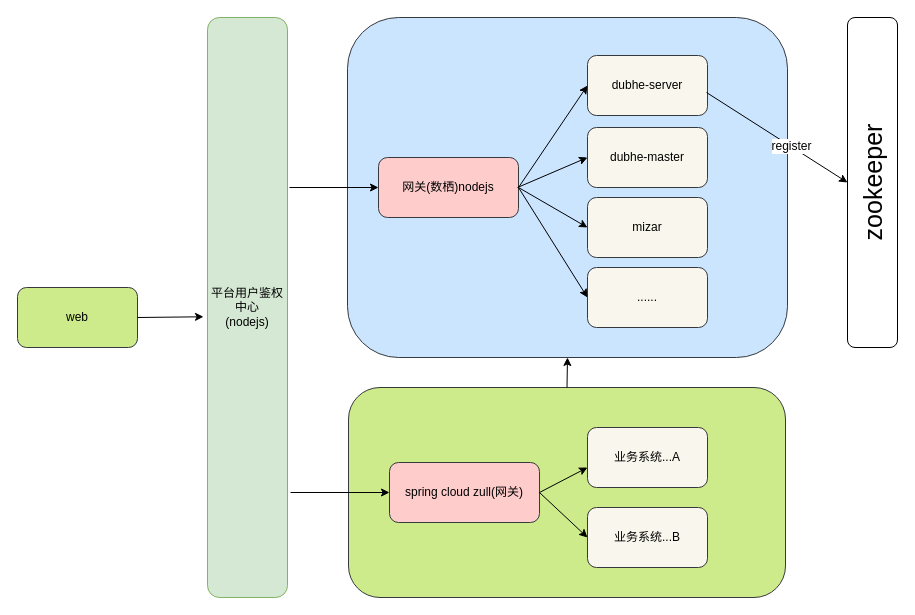
Above: page "Page-1" (1 of 2) of 标签平台.drawio in xrh169/draw (draw.io), before the change. Source tidied: cells renumbered, new cells numbered last; positions are measured from the earlier drawing's top-left corner, leaving out a move shared by most shapes. Both pictures are drawn from the tidied source at 100%, with x=0, y=0 at pixel (17, 17).
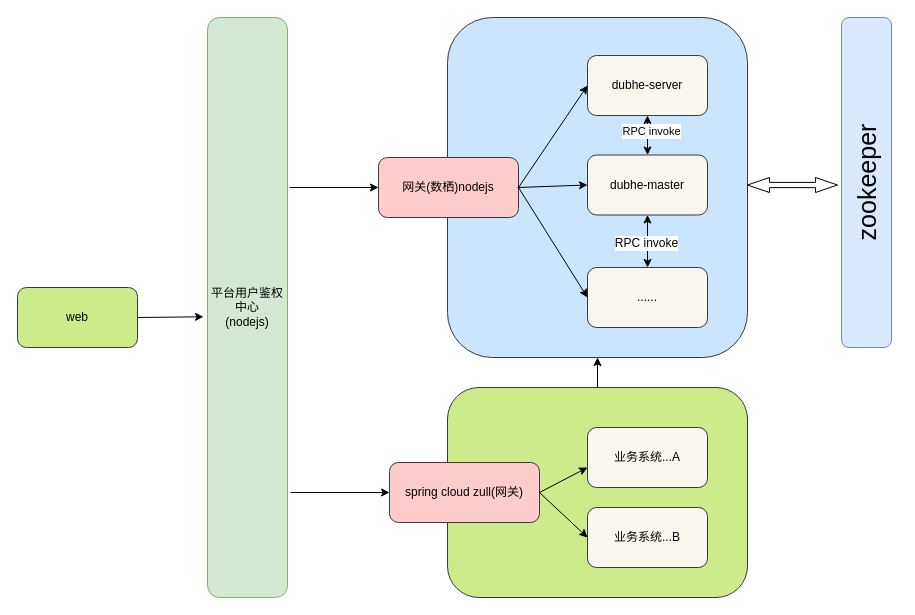
The same diagram, later.

The change refers to these unchanged cells:
```xml
<mxCell id="5" value="网关(数栖)nodejs" style="rounded=1;whiteSpace=wrap;html=1;fillColor=#ffcccc;strokeColor=#36393d;" parent="1" vertex="1">
  <mxGeometry x="361" y="140" width="140" height="60" as="geometry" />
</mxCell>
<mxCell id="9" value="&lt;div&gt;&lt;span&gt;dubhe-server&lt;/span&gt;&lt;/div&gt;" style="rounded=1;whiteSpace=wrap;html=1;fillColor=#f9f7ed;strokeColor=#36393d;" parent="1" vertex="1">
  <mxGeometry x="570" y="38" width="120" height="60" as="geometry" />
</mxCell>
<mxCell id="11" value="......" style="rounded=1;whiteSpace=wrap;html=1;fillColor=#f9f7ed;strokeColor=#36393d;" parent="1" vertex="1">
  <mxGeometry x="570" y="250" width="120" height="60" as="geometry" />
</mxCell>
```

Diff of the diagram source:
```diff
@@
     <mxCell id="2" style="rounded=1;whiteSpace=wrap;html=1;shadow=0;fillColor=#cdeb8b;strokeColor=#36393d;" parent="1" vertex="1">
-      <mxGeometry x="331" y="370" width="437" height="210" as="geometry" />
+      <mxGeometry x="430" y="370" width="300" height="210" as="geometry" />
     </mxCell>
     <mxCell id="3" style="rounded=1;whiteSpace=wrap;html=1;fillColor=#cce5ff;strokeColor=#36393d;" parent="1" vertex="1">
-      <mxGeometry x="330" width="440" height="340" as="geometry" />
+      <mxGeometry x="430" width="300" height="340" as="geometry" />
     </mxCell>
@@
-    <mxCell id="6" value="&lt;div&gt;mizar&lt;/div&gt;" style="rounded=1;whiteSpace=wrap;html=1;fillColor=#f9f7ed;strokeColor=#36393d;" parent="1" vertex="1">
-      <mxGeometry x="570" y="180" width="120" height="60" as="geometry" />
-    </mxCell>
@@
     <mxCell id="10" value="&lt;div&gt;&lt;span&gt;dubhe-master &lt;/span&gt;&lt;/div&gt;" style="rounded=1;whiteSpace=wrap;html=1;fillColor=#f9f7ed;strokeColor=#36393d;" parent="1" vertex="1">
-      <mxGeometry x="570" y="110" width="120" height="60" as="geometry" />
+      <mxGeometry x="570" y="137.5" width="120" height="60" as="geometry" />
     </mxCell>
@@
-    <mxCell id="19" style="endArrow=classic;html=1;" parent="1" edge="1">
+    <mxCell id="19" style="endArrow=classic;html=1;entryX=0;entryY=0.5;entryDx=0;entryDy=0;" parent="1" edge="1" target="10">
       <mxGeometry relative="1" as="geometry">
         <mxPoint x="500" y="170" as="sourcePoint" />
-        <mxPoint x="570" y="140" as="targetPoint" />
       </mxGeometry>
     </mxCell>
-    <mxCell id="20" style="endArrow=classic;html=1;entryX=0;entryY=0.5;entryDx=0;entryDy=0;exitX=1;exitY=0.5;exitDx=0;exitDy=0;" parent="1" edge="1" source="5" target="6">
-      <mxGeometry relative="1" as="geometry" />
-    </mxCell>
@@
-    <mxCell id="24" value="zookeeper" style="rounded=1;whiteSpace=wrap;html=1;shadow=0;verticalAlign=middle;horizontal=0;fontSize=25;" parent="1" vertex="1">
-      <mxGeometry x="830" width="50" height="330" as="geometry" />
+    <mxCell id="24" value="zookeeper" style="rounded=1;whiteSpace=wrap;html=1;shadow=0;verticalAlign=middle;horizontal=0;fontSize=25;fillColor=#dae8fc;strokeColor=#6c8ebf;" parent="1" vertex="1">
+      <mxGeometry x="824" width="50" height="330" as="geometry" />
     </mxCell>
-    <mxCell id="25" style="endArrow=classic;html=1;fontSize=25;entryX=0;entryY=0.5;entryDx=0;entryDy=0;exitX=0.992;exitY=0.617;exitDx=0;exitDy=0;exitPerimeter=0;" parent="1" edge="1" source="9" target="24">
-      <mxGeometry relative="1" as="geometry" />
-    </mxCell>
-    <mxCell id="26" value="register" style="text;html=1;align=center;verticalAlign=middle;labelBackgroundColor=#ffffff;fontSize=12;" parent="25" vertex="1">
-      <mxGeometry x="0.21" y="1" relative="1" as="geometry">
-        <mxPoint x="-1" as="offset" />
-      </mxGeometry>
-    </mxCell>
+    <mxCell id="27" style="html=1;shadow=0;dashed=0;align=center;verticalAlign=middle;shape=mxgraph.arrows2.twoWayArrow;dy=0.65;dx=22;" parent="1" vertex="1">
+      <mxGeometry x="730" y="160" width="90" height="15" as="geometry" />
+    </mxCell>
+    <mxCell id="28" style="endArrow=classic;startArrow=classic;html=1;entryX=0.5;entryY=1;entryDx=0;entryDy=0;exitX=0.5;exitY=0;exitDx=0;exitDy=0;" parent="1" edge="1" source="10" target="9">
+      <mxGeometry relative="1" as="geometry" />
+    </mxCell>
+    <mxCell id="29" value="&lt;font style=&quot;font-size: 11px&quot;&gt;RPC invoke&lt;/font&gt;" style="text;html=1;align=center;verticalAlign=middle;labelBackgroundColor=#ffffff;" parent="28" vertex="1">
+      <mxGeometry x="0.2" y="-3" relative="1" as="geometry" />
+    </mxCell>
+    <mxCell id="30" style="endArrow=classic;startArrow=classic;html=1;entryX=0.5;entryY=1;entryDx=0;entryDy=0;exitX=0.5;exitY=0;exitDx=0;exitDy=0;" parent="1" edge="1" source="11" target="10">
+      <mxGeometry relative="1" as="geometry" />
+    </mxCell>
+    <mxCell id="31" value="RPC invoke" style="text;html=1;align=center;verticalAlign=middle;labelBackgroundColor=#ffffff;" parent="30" vertex="1">
+      <mxGeometry x="-0.04" y="2" relative="1" as="geometry" />
+    </mxCell>
```
